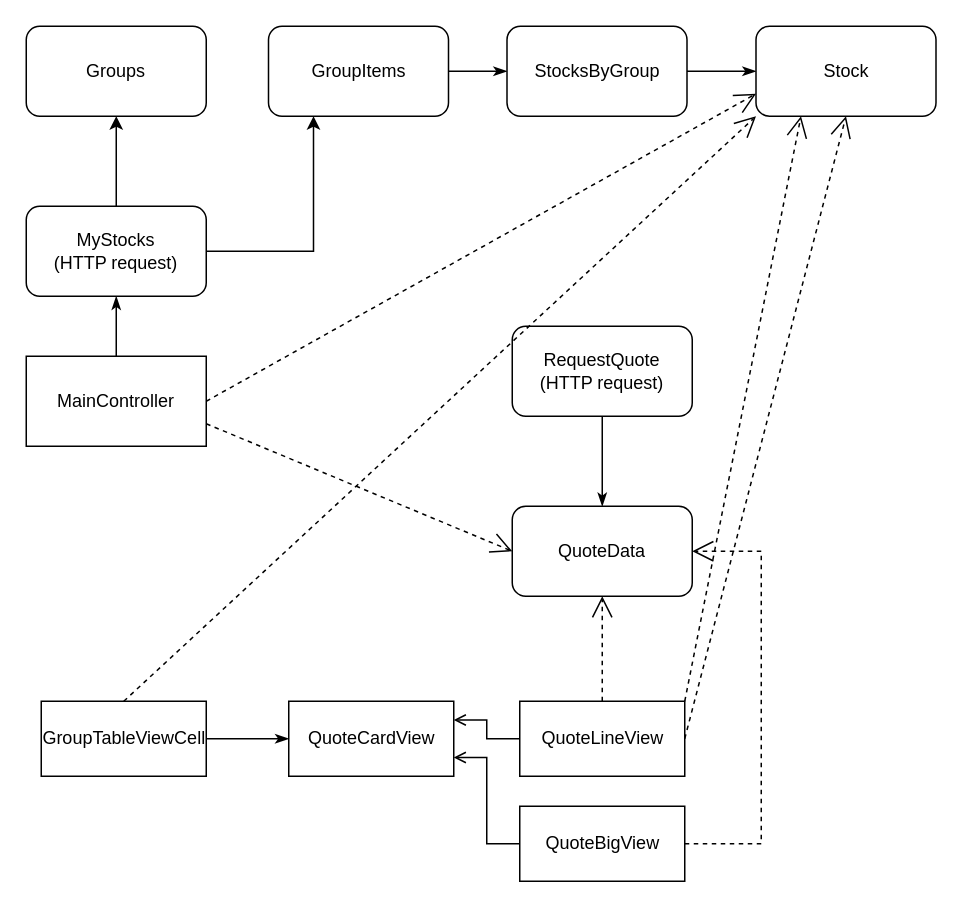
This is ExampleArchitecture.drawio from CapitalMobile/swift_giselle_practice, a draw.io file, before an edit. Source tidied: cells renumbered, new cells numbered last; positions are measured from the earlier drawing's top-left corner, leaving out a move shared by most shapes. Both pictures are drawn from the tidied source at 150%, with x=0, y=0 at pixel (26, 26).
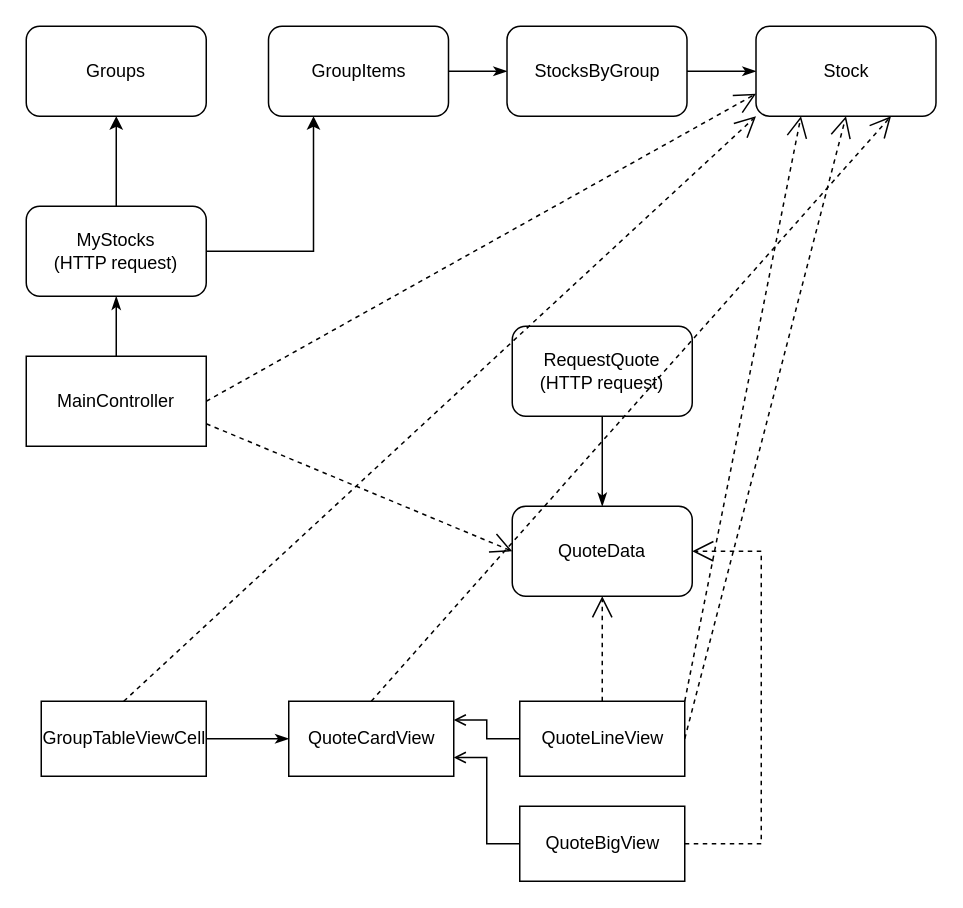
The same page after the edit.

Unchanged cells that the change refers to:
```xml
<mxCell id="9" value="QuoteCardView" style="html=1;" parent="1" vertex="1">
  <mxGeometry x="175" y="450" width="110" height="50" as="geometry" />
</mxCell>
<mxCell id="22" value="Stock" style="rounded=1;whiteSpace=wrap;html=1;" parent="1" vertex="1">
  <mxGeometry x="486.5" width="120" height="60" as="geometry" />
</mxCell>
```

The edit, as a diff of the source:
```diff
@@
+    <mxCell id="30" style="endArrow=open;endFill=1;endSize=12;html=1;rounded=0;entryX=0.75;entryY=1;entryDx=0;entryDy=0;exitX=0.5;exitY=0;exitDx=0;exitDy=0;dashed=1;" parent="1" edge="1" source="9" target="22">
+      <mxGeometry relative="1" as="geometry" />
+    </mxCell>
```
